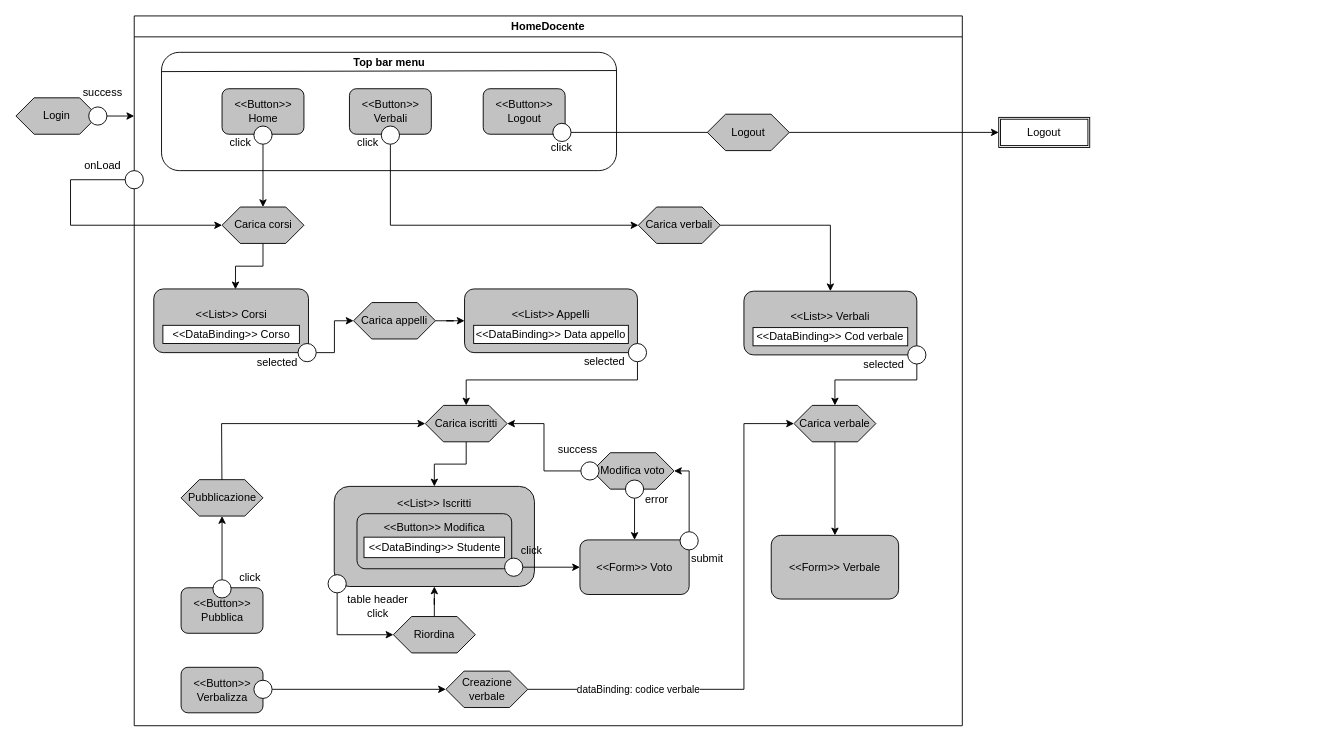
The draw.io diagram page "HomeDocente" (2 of 3) of Diagramma IFML javascript.drawio in StefanoBernardotto/TIW-polimi_24-25, before the edit. Source tidied: cells renumbered, new cells numbered last; positions are measured from the earlier drawing's top-left corner, leaving out a move shared by most shapes. Both pictures are drawn from the tidied source at 91%, with x=0, y=0 at pixel (15, 15).
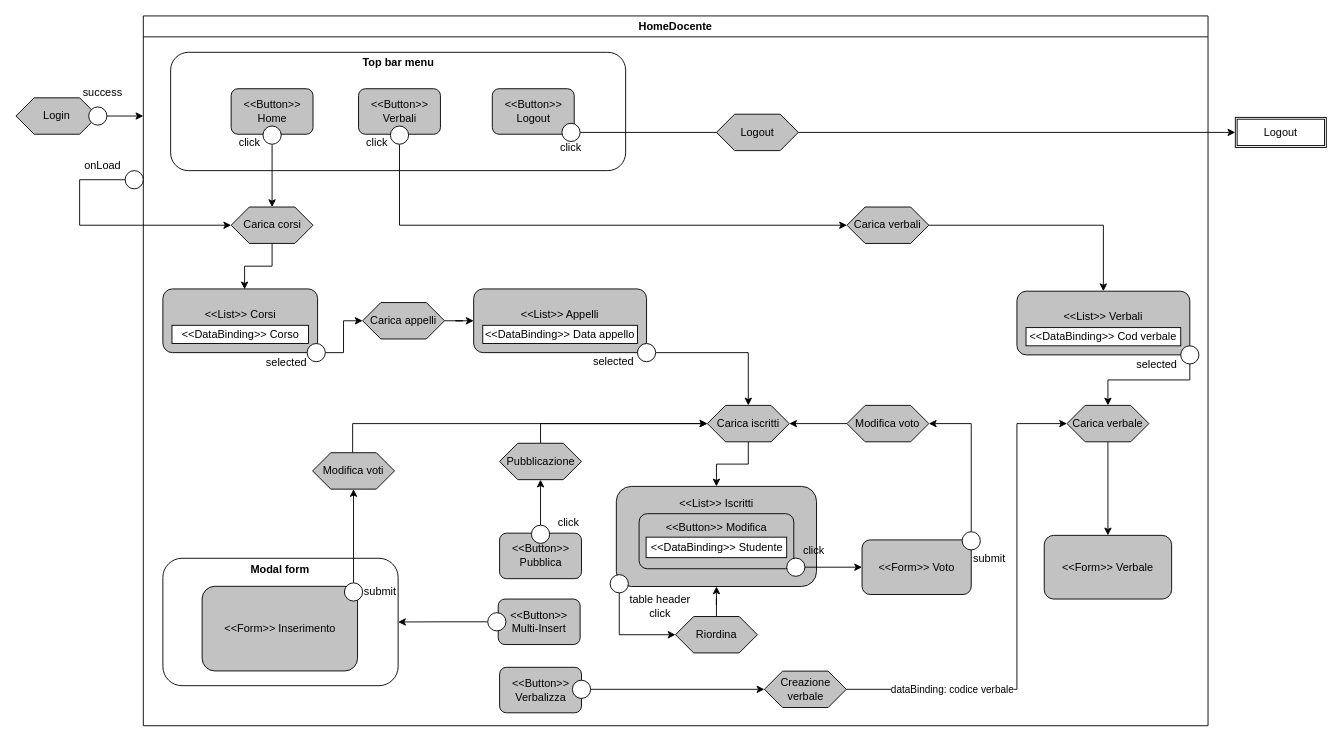
Above is the later version.

Unchanged cells that the change refers to:
```xml
<mxCell id="4" style="ellipse;whiteSpace=wrap;html=1;" parent="1" vertex="1">
  <mxGeometry x="80" y="100" width="20" height="20" as="geometry" />
</mxCell>
<mxCell id="7" style="rounded=1;whiteSpace=wrap;html=1;shadow=0;" parent="6" vertex="1">
  <mxGeometry x="30" y="40" width="500" height="130" as="geometry" />
</mxCell>
<mxCell id="33" style="ellipse;whiteSpace=wrap;html=1;" parent="6" vertex="1">
  <mxGeometry x="543" y="360" width="20" height="20" as="geometry" />
</mxCell>
```

Diff of the diagram source:
```diff
@@
     <mxCell id="3" style="edgeStyle=orthogonalEdgeStyle;rounded=0;jettySize=auto;html=1;" parent="1" edge="1" source="4">
       <mxGeometry relative="1" as="geometry">
-        <mxPoint x="130" y="110" as="targetPoint" />
+        <mxPoint x="140" y="110" as="targetPoint" />
       </mxGeometry>
     </mxCell>
@@
     <mxCell id="6" value="HomeDocente" style="swimlane;whiteSpace=wrap;html=1;startSize=23;" parent="1" vertex="1">
-      <mxGeometry x="130" width="910" height="780" as="geometry" />
+      <mxGeometry x="140" width="1170" height="780" as="geometry" />
     </mxCell>
@@
-    <mxCell id="8" style="endArrow=none;html=1;rounded=0;exitX=0.001;exitY=0.163;exitDx=0;exitDy=0;entryX=1;entryY=0.154;entryDx=0;entryDy=0;exitPerimeter=0;entryPerimeter=0;" parent="6" edge="1" source="7" target="7">
-      <mxGeometry relative="1" as="geometry" />
-    </mxCell>
@@
     <mxCell id="25" value="Carica verbali" style="shape=hexagon;perimeter=hexagonPerimeter2;whiteSpace=wrap;html=1;fixedSize=1;fillColor=#C2C2C2;" parent="6" vertex="1">
-      <mxGeometry x="554" y="210" width="90" height="40" as="geometry" />
+      <mxGeometry x="773.2" y="210" width="90" height="40" as="geometry" />
     </mxCell>
@@
     <mxCell id="32" style="edgeStyle=orthogonalEdgeStyle;rounded=0;jettySize=auto;html=1;entryX=0.5;entryY=0;entryDx=0;entryDy=0;" parent="6" edge="1" source="33" target="41">
       <mxGeometry relative="1" as="geometry">
         <Array as="points">
-          <mxPoint x="553" y="400" />
-          <mxPoint x="365" y="400" />
+          <mxPoint x="665" y="370" />
         </Array>
       </mxGeometry>
     </mxCell>
@@
     <mxCell id="39" style="ellipse;whiteSpace=wrap;html=1;" parent="6" vertex="1">
-      <mxGeometry x="-10" y="170" width="20" height="20" as="geometry" />
+      <mxGeometry x="-20" y="170" width="20" height="20" as="geometry" />
     </mxCell>
@@
     <mxCell id="41" value="Carica iscritti" style="shape=hexagon;perimeter=hexagonPerimeter2;whiteSpace=wrap;html=1;fixedSize=1;fillColor=#C2C2C2;" parent="6" vertex="1">
-      <mxGeometry x="319.8" y="428" width="90" height="40" as="geometry" />
+      <mxGeometry x="619.8" y="428" width="90" height="40" as="geometry" />
     </mxCell>
     <mxCell id="42" value="&amp;lt;&amp;lt;List&amp;gt;&amp;gt; Iscritti&lt;div&gt;&lt;br&gt;&lt;/div&gt;&lt;div&gt;&lt;br&gt;&lt;/div&gt;&lt;div&gt;&lt;br&gt;&lt;/div&gt;&lt;div&gt;&lt;br&gt;&lt;/div&gt;&lt;div&gt;&lt;br&gt;&lt;/div&gt;" style="rounded=1;whiteSpace=wrap;html=1;fillColor=#C2C2C2;" parent="6" vertex="1">
-      <mxGeometry x="219.8" y="517" width="220" height="110" as="geometry" />
+      <mxGeometry x="519.8" y="517" width="220" height="110" as="geometry" />
     </mxCell>
     <mxCell id="43" value="&amp;lt;&amp;lt;Button&amp;gt;&amp;gt; Modifica&lt;div&gt;&lt;br&gt;&lt;/div&gt;&lt;div&gt;&lt;br&gt;&lt;/div&gt;" style="rounded=1;whiteSpace=wrap;html=1;fillColor=#C2C2C2;" parent="6" vertex="1">
-      <mxGeometry x="244.8" y="547" width="170" height="60.5" as="geometry" />
+      <mxGeometry x="544.8" y="547" width="170" height="60.5" as="geometry" />
     </mxCell>
     <mxCell id="44" value="&amp;lt;&amp;lt;DataBinding&amp;gt;&amp;gt; Studente" style="rounded=0;whiteSpace=wrap;html=1;" parent="6" vertex="1">
-      <mxGeometry x="252.5" y="572.8" width="154.5" height="22.5" as="geometry" />
+      <mxGeometry x="552.5" y="572.8" width="154.5" height="22.5" as="geometry" />
     </mxCell>
     <mxCell id="45" value="table header click" style="text;html=1;align=center;verticalAlign=middle;whiteSpace=wrap;rounded=0;" parent="6" vertex="1">
-      <mxGeometry x="233" y="634" width="70" height="30" as="geometry" />
+      <mxGeometry x="533" y="634" width="70" height="30" as="geometry" />
     </mxCell>
     <mxCell id="46" value="click" style="text;html=1;align=center;verticalAlign=middle;whiteSpace=wrap;rounded=0;" parent="6" vertex="1">
-      <mxGeometry x="407" y="572.8" width="60" height="30" as="geometry" />
+      <mxGeometry x="707" y="572.8" width="60" height="30" as="geometry" />
     </mxCell>
@@
     <mxCell id="48" style="ellipse;whiteSpace=wrap;html=1;shadow=0;" parent="6" vertex="1">
-      <mxGeometry x="407" y="595.8" width="20" height="20" as="geometry" />
+      <mxGeometry x="707" y="595.8" width="20" height="20" as="geometry" />
     </mxCell>
     <mxCell id="49" style="edgeStyle=orthogonalEdgeStyle;rounded=0;jettySize=auto;html=1;entryX=0;entryY=0.5;entryDx=0;entryDy=0;" parent="6" edge="1" source="50" target="63">
       <mxGeometry relative="1" as="geometry">
         <Array as="points">
-          <mxPoint x="223.2" y="680" />
+          <mxPoint x="523.2" y="680" />
         </Array>
       </mxGeometry>
     </mxCell>
     <mxCell id="50" style="ellipse;whiteSpace=wrap;html=1;shadow=0;" parent="6" vertex="1">
-      <mxGeometry x="213" y="614" width="20" height="20" as="geometry" />
+      <mxGeometry x="513" y="614" width="20" height="20" as="geometry" />
     </mxCell>
     <mxCell id="51" value="&amp;lt;&amp;lt;Form&amp;gt;&amp;gt; Voto" style="rounded=1;whiteSpace=wrap;html=1;fillColor=#C2C2C2;" parent="6" vertex="1">
-      <mxGeometry x="489.8" y="575.8" width="120" height="60" as="geometry" />
+      <mxGeometry x="789.8" y="575.8" width="120" height="60" as="geometry" />
     </mxCell>
     <mxCell id="52" value="submit" style="text;html=1;align=center;verticalAlign=middle;whiteSpace=wrap;rounded=0;" parent="6" vertex="1">
-      <mxGeometry x="599.8" y="581.8" width="60" height="30" as="geometry" />
+      <mxGeometry x="899.8" y="581.8" width="60" height="30" as="geometry" />
     </mxCell>
     <mxCell id="53" style="edgeStyle=orthogonalEdgeStyle;rounded=0;jettySize=auto;html=1;entryX=1;entryY=0.5;entryDx=0;entryDy=0;" parent="6" edge="1" source="54" target="55">
       <mxGeometry relative="1" as="geometry">
         <Array as="points">
-          <mxPoint x="610.2" y="500" />
+          <mxPoint x="910" y="448" />
         </Array>
       </mxGeometry>
     </mxCell>
     <mxCell id="54" style="ellipse;whiteSpace=wrap;html=1;" parent="6" vertex="1">
-      <mxGeometry x="599.8" y="566.8" width="20" height="20" as="geometry" />
+      <mxGeometry x="899.8" y="566.8" width="20" height="20" as="geometry" />
     </mxCell>
     <mxCell id="55" value="Modifica voto" style="shape=hexagon;perimeter=hexagonPerimeter2;whiteSpace=wrap;html=1;fixedSize=1;fillColor=#C2C2C2;" parent="6" vertex="1">
-      <mxGeometry x="503.2" y="480" width="90" height="40" as="geometry" />
+      <mxGeometry x="773.2" y="428" width="90" height="40" as="geometry" />
     </mxCell>
-    <mxCell id="56" style="edgeStyle=orthogonalEdgeStyle;rounded=0;jettySize=auto;html=1;entryX=1;entryY=0.5;entryDx=0;entryDy=0;" parent="6" edge="1" source="57" target="41">
+    <mxCell id="56" style="edgeStyle=orthogonalEdgeStyle;rounded=0;jettySize=auto;html=1;entryX=1;entryY=0.5;entryDx=0;entryDy=0;exitX=0;exitY=0.5;exitDx=0;exitDy=0;" parent="6" edge="1" source="55" target="41">
       <mxGeometry relative="1" as="geometry" />
     </mxCell>
-    <mxCell id="57" style="ellipse;whiteSpace=wrap;html=1;shadow=0;" parent="6" vertex="1">
-      <mxGeometry x="490.8" y="490" width="20" height="20" as="geometry" />
-    </mxCell>
-    <mxCell id="58" value="success" style="text;html=1;align=center;verticalAlign=middle;strokeColor=none;fillColor=none;" parent="6" vertex="1">
-      <mxGeometry x="452.2" y="462" width="70" height="30" as="geometry" />
-    </mxCell>
-    <mxCell id="59" style="edgeStyle=orthogonalEdgeStyle;rounded=0;jettySize=auto;html=1;entryX=0.5;entryY=0;entryDx=0;entryDy=0;" parent="6" edge="1" source="60" target="51">
-      <mxGeometry relative="1" as="geometry" />
-    </mxCell>
-    <mxCell id="60" style="ellipse;whiteSpace=wrap;html=1;shadow=0;" parent="6" vertex="1">
-      <mxGeometry x="539.8" y="510" width="20" height="20" as="geometry" />
-    </mxCell>
-    <mxCell id="61" value="error" style="text;html=1;align=center;verticalAlign=middle;strokeColor=none;fillColor=none;" parent="6" vertex="1">
-      <mxGeometry x="549.2" y="517" width="50" height="30" as="geometry" />
-    </mxCell>
@@
     <mxCell id="63" value="Riordina" style="shape=hexagon;perimeter=hexagonPerimeter2;whiteSpace=wrap;html=1;fixedSize=1;fillColor=#C2C2C2;" parent="6" vertex="1">
-      <mxGeometry x="284.8" y="660" width="90" height="40" as="geometry" />
+      <mxGeometry x="584.8" y="660" width="90" height="40" as="geometry" />
     </mxCell>
     <mxCell id="64" value="&amp;lt;&amp;lt;Button&amp;gt;&amp;gt; Pubblica" style="rounded=1;whiteSpace=wrap;html=1;fillColor=#C2C2C2;" parent="6" vertex="1">
-      <mxGeometry x="51.5" y="628.4" width="90" height="50" as="geometry" />
+      <mxGeometry x="391.5" y="568.4" width="90" height="50" as="geometry" />
     </mxCell>
@@
     <mxCell id="66" style="ellipse;whiteSpace=wrap;html=1;shadow=0;" parent="6" vertex="1">
-      <mxGeometry x="86.5" y="619.6" width="20" height="20" as="geometry" />
+      <mxGeometry x="426.5" y="559.6" width="20" height="20" as="geometry" />
     </mxCell>
     <mxCell id="67" value="click" style="text;html=1;align=center;verticalAlign=middle;strokeColor=none;fillColor=none;" parent="6" vertex="1">
-      <mxGeometry x="101.5" y="601.6" width="50" height="30" as="geometry" />
+      <mxGeometry x="441.5" y="541.6" width="50" height="30" as="geometry" />
     </mxCell>
-    <mxCell id="68" style="edgeStyle=orthogonalEdgeStyle;rounded=0;jettySize=auto;html=1;entryX=0;entryY=0.5;entryDx=0;entryDy=0;exitX=0.5;exitY=0;exitDx=0;exitDy=0;" parent="6" edge="1" source="69" target="41">
+    <mxCell id="68" style="edgeStyle=orthogonalEdgeStyle;rounded=0;jettySize=auto;html=1;entryX=0;entryY=0.5;entryDx=0;entryDy=0;" parent="6" edge="1" source="69" target="41">
       <mxGeometry relative="1" as="geometry">
         <Array as="points">
-          <mxPoint x="96" y="530" />
-          <mxPoint x="96" y="530" />
-          <mxPoint x="96" y="448" />
+          <mxPoint x="437" y="448" />
         </Array>
       </mxGeometry>
     </mxCell>
     <mxCell id="69" value="Pubblicazione" style="shape=hexagon;perimeter=hexagonPerimeter2;whiteSpace=wrap;html=1;fixedSize=1;fillColor=#C2C2C2;" parent="6" vertex="1">
-      <mxGeometry x="51.5" y="509.6" width="90" height="40" as="geometry" />
+      <mxGeometry x="391.5" y="469.6" width="90" height="40" as="geometry" />
     </mxCell>
     <mxCell id="70" value="&amp;lt;&amp;lt;Button&amp;gt;&amp;gt; Verbalizza" style="rounded=1;whiteSpace=wrap;html=1;fillColor=#C2C2C2;" parent="6" vertex="1">
-      <mxGeometry x="51.5" y="715.8" width="90" height="50" as="geometry" />
+      <mxGeometry x="391.5" y="715.8" width="90" height="50" as="geometry" />
     </mxCell>
@@
     <mxCell id="72" style="ellipse;whiteSpace=wrap;html=1;shadow=0;" parent="6" vertex="1">
-      <mxGeometry x="131.5" y="730" width="20" height="20" as="geometry" />
+      <mxGeometry x="471.5" y="730" width="20" height="20" as="geometry" />
     </mxCell>
     <mxCell id="73" style="edgeStyle=orthogonalEdgeStyle;rounded=0;jettySize=auto;html=1;entryX=0;entryY=0.5;entryDx=0;entryDy=0;exitX=1;exitY=0.5;exitDx=0;exitDy=0;" parent="6" edge="1" source="75" target="82">
       <mxGeometry relative="1" as="geometry">
         <Array as="points">
-          <mxPoint x="670" y="740" />
-          <mxPoint x="670" y="448" />
+          <mxPoint x="960" y="740" />
+          <mxPoint x="960" y="448" />
         </Array>
       </mxGeometry>
     </mxCell>
@@
     <mxCell id="75" value="Creazione verbale" style="shape=hexagon;perimeter=hexagonPerimeter2;whiteSpace=wrap;html=1;fixedSize=1;fillColor=#C2C2C2;" parent="6" vertex="1">
-      <mxGeometry x="342.5" y="720" width="90" height="40" as="geometry" />
+      <mxGeometry x="682.5" y="720" width="90" height="40" as="geometry" />
     </mxCell>
     <mxCell id="76" value="&amp;lt;&amp;lt;List&amp;gt;&amp;gt; Verbali&lt;div&gt;&lt;br&gt;&lt;/div&gt;" style="rounded=1;whiteSpace=wrap;html=1;fillColor=#C2C2C2;" parent="6" vertex="1">
-      <mxGeometry x="670" y="302.5" width="190" height="70" as="geometry" />
+      <mxGeometry x="960" y="302.5" width="190" height="70" as="geometry" />
     </mxCell>
     <mxCell id="77" style="edgeStyle=orthogonalEdgeStyle;rounded=0;jettySize=auto;html=1;entryX=0.5;entryY=0;entryDx=0;entryDy=0;" parent="6" edge="1" source="78" target="82">
       <mxGeometry relative="1" as="geometry">
         <Array as="points">
-          <mxPoint x="860" y="400" />
-          <mxPoint x="770" y="400" />
+          <mxPoint x="1150" y="400" />
+          <mxPoint x="1060" y="400" />
         </Array>
       </mxGeometry>
     </mxCell>
     <mxCell id="78" style="ellipse;whiteSpace=wrap;html=1;" parent="6" vertex="1">
-      <mxGeometry x="850" y="362.5" width="20" height="20" as="geometry" />
+      <mxGeometry x="1140" y="362.5" width="20" height="20" as="geometry" />
     </mxCell>
     <mxCell id="79" value="selected" style="text;html=1;align=center;verticalAlign=middle;whiteSpace=wrap;rounded=0;" parent="6" vertex="1">
-      <mxGeometry x="794" y="367.5" width="60" height="30" as="geometry" />
+      <mxGeometry x="1084" y="367.5" width="60" height="30" as="geometry" />
     </mxCell>
     <mxCell id="80" value="&amp;lt;&amp;lt;DataBinding&amp;gt;&amp;gt; Cod verbale" style="rounded=0;whiteSpace=wrap;html=1;" parent="6" vertex="1">
-      <mxGeometry x="680" y="342.5" width="170" height="20" as="geometry" />
+      <mxGeometry x="970" y="342.5" width="170" height="20" as="geometry" />
     </mxCell>
@@
     <mxCell id="82" value="Carica verbale" style="shape=hexagon;perimeter=hexagonPerimeter2;whiteSpace=wrap;html=1;fixedSize=1;fillColor=#C2C2C2;" parent="6" vertex="1">
-      <mxGeometry x="725" y="428" width="90" height="40" as="geometry" />
+      <mxGeometry x="1015" y="428" width="90" height="40" as="geometry" />
     </mxCell>
     <mxCell id="83" value="&lt;div&gt;&amp;lt;&amp;lt;Form&amp;gt;&amp;gt;&amp;nbsp;&lt;span style=&quot;background-color: transparent; color: light-dark(rgb(0, 0, 0), rgb(255, 255, 255));&quot;&gt;Verbale&lt;/span&gt;&lt;/div&gt;" style="rounded=1;whiteSpace=wrap;html=1;fillColor=#C2C2C2;" parent="6" vertex="1">
-      <mxGeometry x="700" y="570.8" width="140" height="70" as="geometry" />
+      <mxGeometry x="990" y="570.8" width="140" height="70" as="geometry" />
     </mxCell>
+    <mxCell id="88" value="&amp;lt;&amp;lt;Button&amp;gt;&amp;gt; Multi-Insert" style="rounded=1;whiteSpace=wrap;html=1;fillColor=#C2C2C2;" parent="6" vertex="1">
+      <mxGeometry x="390" y="640.8" width="90" height="50" as="geometry" />
+    </mxCell>
+    <mxCell id="89" style="edgeStyle=orthogonalEdgeStyle;rounded=0;jettySize=auto;html=1;entryX=1;entryY=0.5;entryDx=0;entryDy=0;" parent="6" edge="1" source="90" target="91">
+      <mxGeometry relative="1" as="geometry" />
+    </mxCell>
+    <mxCell id="90" style="ellipse;whiteSpace=wrap;html=1;shadow=0;" parent="6" vertex="1">
+      <mxGeometry x="378.5" y="655.8" width="20" height="20" as="geometry" />
+    </mxCell>
+    <mxCell id="91" style="rounded=1;whiteSpace=wrap;html=1;shadow=0;" parent="6" vertex="1">
+      <mxGeometry x="21.5" y="596" width="258.5" height="140" as="geometry" />
+    </mxCell>
+    <mxCell id="92" value="&lt;b&gt;Modal form&lt;/b&gt;" style="text;html=1;align=center;verticalAlign=middle;strokeColor=none;fillColor=none;shadow=0;" parent="6" vertex="1">
+      <mxGeometry x="105" y="594" width="90" height="30" as="geometry" />
+    </mxCell>
+    <mxCell id="93" value="&lt;div&gt;&amp;lt;&amp;lt;Form&amp;gt;&amp;gt;&amp;nbsp;&lt;span style=&quot;background-color: transparent; color: light-dark(rgb(0, 0, 0), rgb(255, 255, 255));&quot;&gt;Inserimento&lt;/span&gt;&lt;/div&gt;" style="rounded=1;whiteSpace=wrap;html=1;fillColor=#C2C2C2;" parent="6" vertex="1">
+      <mxGeometry x="64.6" y="626.8" width="170.8" height="93" as="geometry" />
+    </mxCell>
+    <mxCell id="94" style="edgeStyle=orthogonalEdgeStyle;rounded=0;jettySize=auto;html=1;" parent="6" edge="1" source="95" target="98">
+      <mxGeometry relative="1" as="geometry" />
+    </mxCell>
+    <mxCell id="95" style="ellipse;whiteSpace=wrap;html=1;shadow=0;" parent="6" vertex="1">
+      <mxGeometry x="221" y="623" width="20" height="20" as="geometry" />
+    </mxCell>
+    <mxCell id="96" value="submit" style="text;html=1;align=center;verticalAlign=middle;strokeColor=none;fillColor=none;" parent="6" vertex="1">
+      <mxGeometry x="229.5" y="618" width="60" height="30" as="geometry" />
+    </mxCell>
+    <mxCell id="97" style="edgeStyle=orthogonalEdgeStyle;rounded=0;jettySize=auto;html=1;" parent="6" edge="1" source="98" target="41">
+      <mxGeometry relative="1" as="geometry">
+        <Array as="points">
+          <mxPoint x="230" y="448" />
+        </Array>
+      </mxGeometry>
+    </mxCell>
+    <mxCell id="98" value="Modifica voti" style="shape=hexagon;perimeter=hexagonPerimeter2;whiteSpace=wrap;html=1;fixedSize=1;fillColor=#C2C2C2;" parent="6" vertex="1">
+      <mxGeometry x="186" y="480" width="90" height="40" as="geometry" />
+    </mxCell>
     <mxCell id="84" value="Logout" style="shape=ext;double=1;rounded=0;whiteSpace=wrap;html=1;" parent="1" vertex="1">
-      <mxGeometry x="1080" y="111.5" width="100" height="33" as="geometry" />
+      <mxGeometry x="1340" y="111.5" width="100" height="33" as="geometry" />
     </mxCell>
@@
     <mxCell id="86" value="selected" style="text;html=1;align=center;verticalAlign=middle;strokeColor=none;fillColor=none;" parent="1" vertex="1">
-      <mxGeometry x="252" y="366" width="70" height="30" as="geometry" />
+      <mxGeometry x="262" y="366" width="70" height="30" as="geometry" />
     </mxCell>
```
